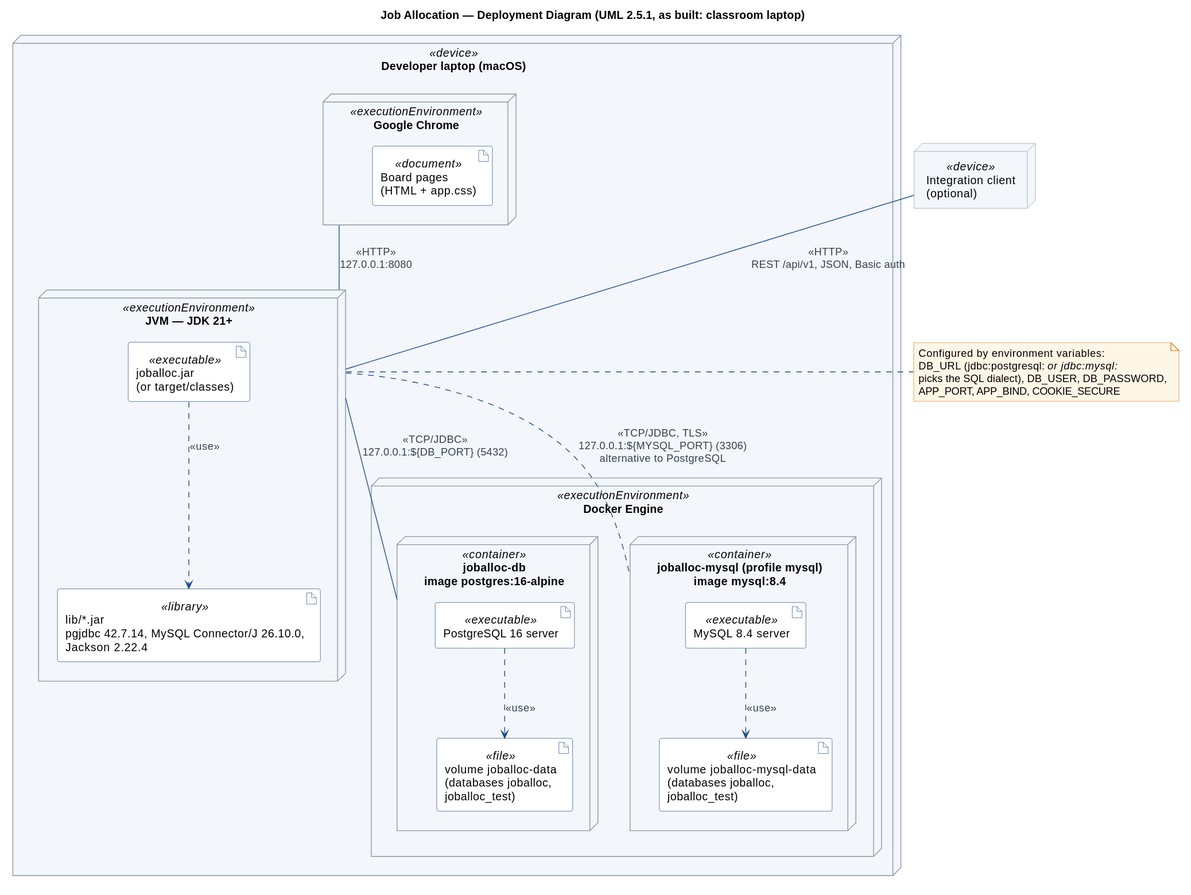
The PlantUML diagram diagrams/svg/17-deployment.svg in jaricsng/ooad-3tier-job-allocation, before a commit.
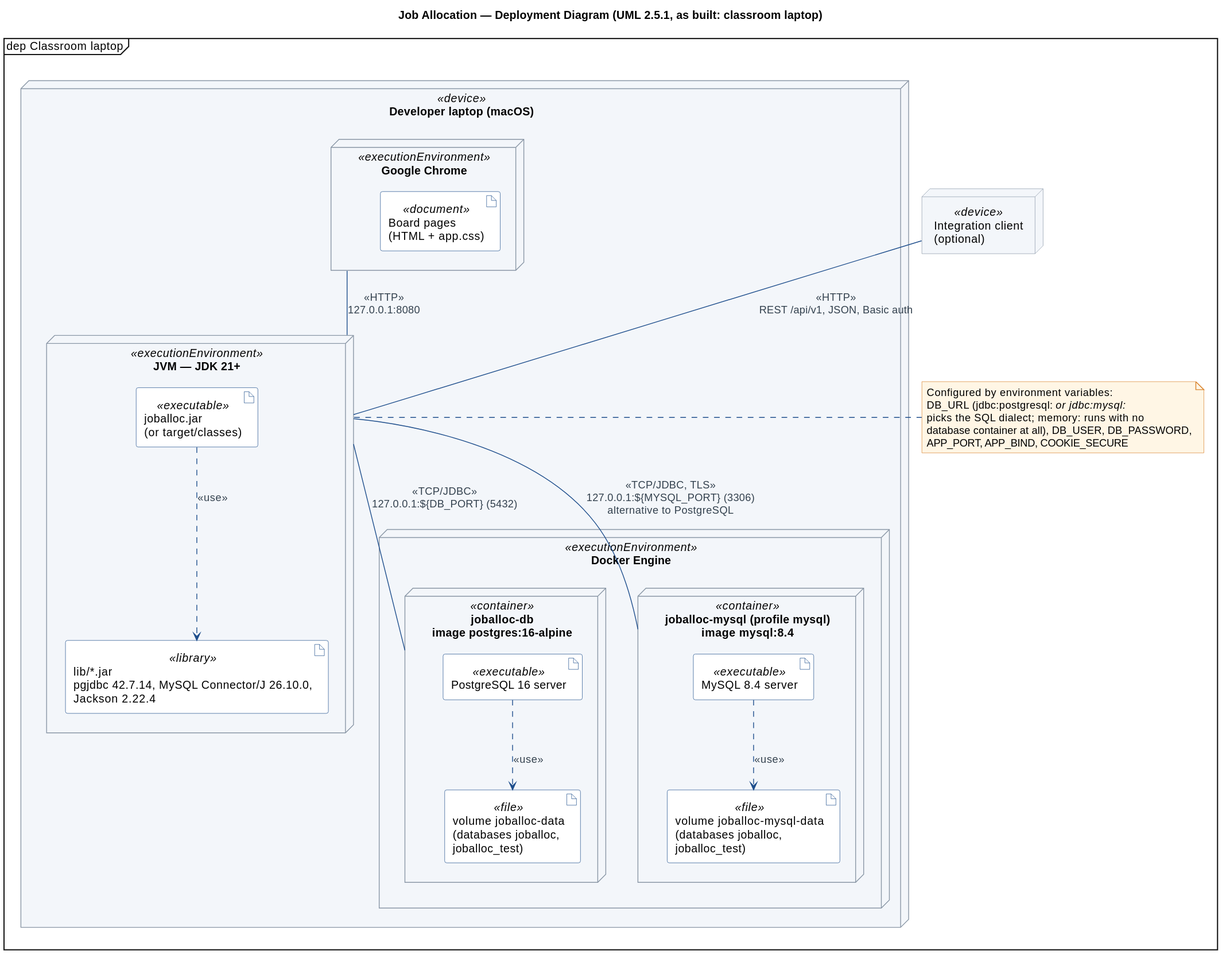
The same diagram one commit later.

Diff of the diagram source:
```diff
@@ -1,5 +1,6 @@
 @startuml
 !include style.iuml
+mainframe dep Classroom laptop
 skinparam nodeBackgroundColor #F3F6FA
 skinparam artifactBackgroundColor #FFFFFF
 skinparam artifactBorderColor #1E4E8C
@@ -32,12 +33,13 @@
 BROWSER -- JVM : <<HTTP>>\n127.0.0.1:8080
 CLIENT -- JVM : <<HTTP>>\nREST /api/v1, JSON, Basic auth
 JVM -- PGC : <<TCP/JDBC>>\n127.0.0.1:${DB_PORT} (5432)
-JVM .. MYC : <<TCP/JDBC, TLS>>\n127.0.0.1:${MYSQL_PORT} (3306)\nalternative to PostgreSQL
+JVM -- MYC : <<TCP/JDBC, TLS>>\n127.0.0.1:${MYSQL_PORT} (3306)\nalternative to PostgreSQL
 
 note right of JVM
   Configured by environment variables:
   DB_URL (jdbc:postgresql:// or jdbc:mysql://
-  picks the SQL dialect), DB_USER, DB_PASSWORD,
+  picks the SQL dialect; memory: runs with no
+  database container at all), DB_USER, DB_PASSWORD,
   APP_PORT, APP_BIND, COOKIE_SECURE
 end note
 @enduml
```
